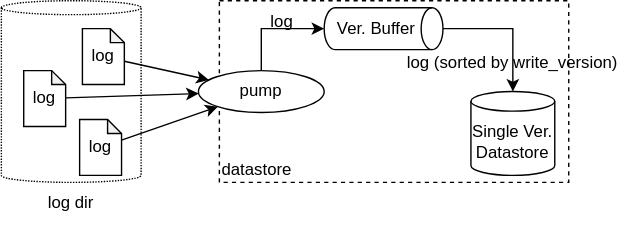
Earlier version of the draw.io export docs/sync-process.drawio.svg (project-tsurugi/limestone). Source tidied: cells renumbered, new cells last; positions are measured from the earlier drawing's top-left corner, leaving out a move shared by most shapes. Its diagram source:
```xml
<mxGraphModel>
  <root>
    <mxCell id="0" />
    <mxCell id="1" parent="0" />
    <mxCell id="2" style="shape=cylinder3;whiteSpace=wrap;html=1;boundedLbl=1;backgroundOutline=1;size=5;dashed=1;strokeWidth=1;dashPattern=1 1;" parent="1" vertex="1">
      <mxGeometry width="100" height="130" as="geometry" />
    </mxCell>
    <mxCell id="3" value="log" style="shape=note;whiteSpace=wrap;html=1;backgroundOutline=1;darkOpacity=0.05;strokeWidth=1;size=10;" parent="1" vertex="1">
      <mxGeometry x="58" y="20" width="30" height="40" as="geometry" />
    </mxCell>
    <mxCell id="4" value="log" style="shape=note;whiteSpace=wrap;html=1;backgroundOutline=1;darkOpacity=0.05;strokeWidth=1;size=10;" parent="1" vertex="1">
      <mxGeometry x="16" y="50" width="30" height="40" as="geometry" />
    </mxCell>
    <mxCell id="5" value="log" style="shape=note;whiteSpace=wrap;html=1;backgroundOutline=1;darkOpacity=0.05;strokeWidth=1;size=10;" parent="1" vertex="1">
      <mxGeometry x="56" y="85" width="30" height="40" as="geometry" />
    </mxCell>
    <mxCell id="6" value="datastore" style="rounded=0;whiteSpace=wrap;html=1;strokeWidth=1;dashed=1;verticalAlign=bottom;align=left;" parent="1" vertex="1">
      <mxGeometry x="156" width="250" height="130" as="geometry" />
    </mxCell>
    <mxCell id="7" style="endArrow=classic;html=1;rounded=0;strokeWidth=1;" parent="1" edge="1" source="3" target="16">
      <mxGeometry relative="1" as="geometry" />
    </mxCell>
    <mxCell id="8" style="endArrow=classic;html=1;rounded=0;strokeWidth=1;" parent="1" edge="1" source="4" target="16">
      <mxGeometry relative="1" as="geometry" />
    </mxCell>
    <mxCell id="9" style="endArrow=classic;html=1;rounded=0;strokeWidth=1;" parent="1" edge="1" source="5" target="16">
      <mxGeometry relative="1" as="geometry" />
    </mxCell>
    <mxCell id="10" value="Single Ver.&lt;br&gt;Datastore" style="shape=cylinder3;whiteSpace=wrap;html=1;boundedLbl=1;backgroundOutline=1;size=7;strokeWidth=1;" parent="1" vertex="1">
      <mxGeometry x="336" y="65" width="60" height="60" as="geometry" />
    </mxCell>
    <mxCell id="11" value="log (sorted by write_version)" style="text;html=1;strokeColor=none;fillColor=none;align=center;verticalAlign=middle;whiteSpace=wrap;rounded=0;" parent="1" vertex="1">
      <mxGeometry x="281" y="32.5" width="170" height="25" as="geometry" />
    </mxCell>
    <mxCell id="12" value="log" style="text;html=1;strokeColor=none;fillColor=none;align=center;verticalAlign=middle;whiteSpace=wrap;rounded=0;" parent="1" vertex="1">
      <mxGeometry x="171" width="60" height="30" as="geometry" />
    </mxCell>
    <mxCell id="13" style="edgeStyle=orthogonalEdgeStyle;rounded=0;jettySize=auto;html=1;" parent="1" edge="1" source="14" target="10">
      <mxGeometry relative="1" as="geometry">
        <Array as="points">
          <mxPoint x="366" y="20" />
        </Array>
      </mxGeometry>
    </mxCell>
    <mxCell id="14" value="Ver. Buffer&amp;nbsp; &amp;nbsp;" style="strokeWidth=1;html=1;shape=mxgraph.flowchart.direct_data;whiteSpace=wrap;align=center;" parent="1" vertex="1">
      <mxGeometry x="231" y="5" width="85" height="30" as="geometry" />
    </mxCell>
    <mxCell id="15" style="edgeStyle=orthogonalEdgeStyle;rounded=0;jettySize=auto;html=1;" parent="1" edge="1" source="16" target="14">
      <mxGeometry relative="1" as="geometry">
        <Array as="points">
          <mxPoint x="186" y="20" />
        </Array>
      </mxGeometry>
    </mxCell>
    <mxCell id="16" value="pump" style="ellipse;whiteSpace=wrap;html=1;strokeWidth=1;" parent="1" vertex="1">
      <mxGeometry x="141" y="50" width="90" height="30" as="geometry" />
    </mxCell>
    <mxCell id="17" value="log dir" style="text;html=1;strokeColor=none;fillColor=none;align=center;verticalAlign=middle;whiteSpace=wrap;rounded=0;strokeWidth=1;" parent="1" vertex="1">
      <mxGeometry x="20" y="130" width="60" height="30" as="geometry" />
    </mxCell>
  </root>
</mxGraphModel>
```
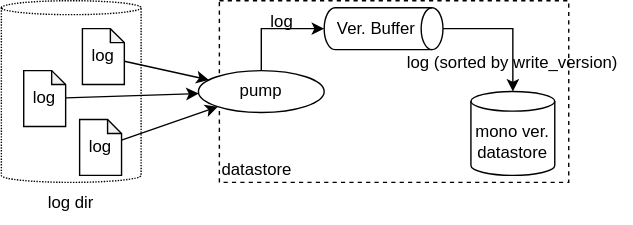
After the change.

What changed in the source:
```diff
@@ -26,7 +26,7 @@
     <mxCell id="9" style="endArrow=classic;html=1;rounded=0;strokeWidth=1;" parent="1" edge="1" source="5" target="16">
       <mxGeometry relative="1" as="geometry" />
     </mxCell>
-    <mxCell id="10" value="Single Ver.&lt;br&gt;Datastore" style="shape=cylinder3;whiteSpace=wrap;html=1;boundedLbl=1;backgroundOutline=1;size=7;strokeWidth=1;" parent="1" vertex="1">
+    <mxCell id="10" value="mono ver.&lt;br&gt;datastore" style="shape=cylinder3;whiteSpace=wrap;html=1;boundedLbl=1;backgroundOutline=1;size=7;strokeWidth=1;" parent="1" vertex="1">
       <mxGeometry x="336" y="65" width="60" height="60" as="geometry" />
     </mxCell>
     <mxCell id="11" value="log (sorted by write_version)" style="text;html=1;strokeColor=none;fillColor=none;align=center;verticalAlign=middle;whiteSpace=wrap;rounded=0;" parent="1" vertex="1">
```
